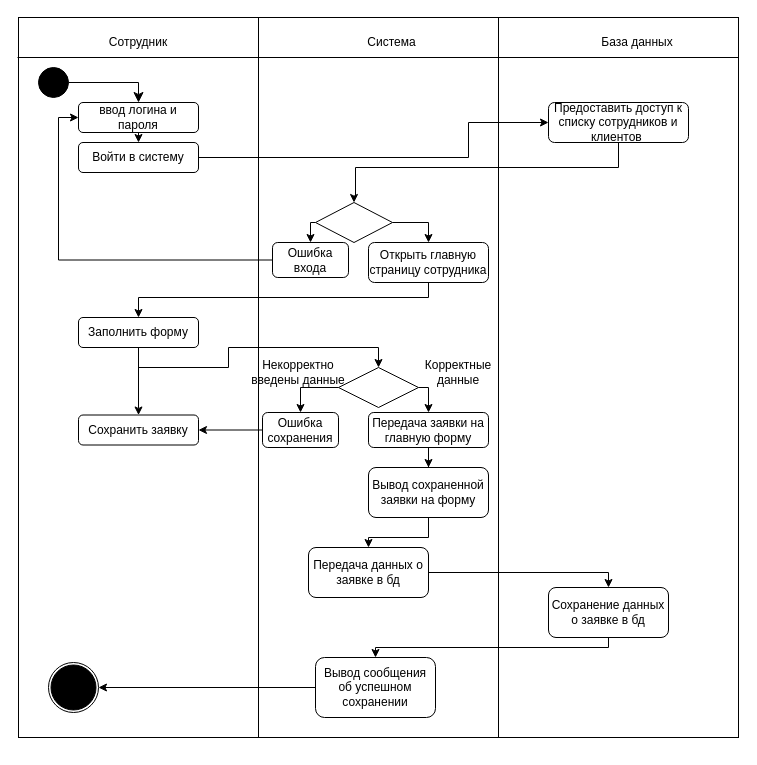
Above: page "Страница — 2" (2 of 3) of Задание 2.drawio in ghgghgghgghgghg/tetris (draw.io), before the change. Source tidied: cells renumbered, new cells numbered last; positions are measured from the earlier drawing's top-left corner, leaving out a move shared by most shapes. Both pictures are drawn from the tidied source at 100%, with x=0, y=0 at pixel (17, 17).
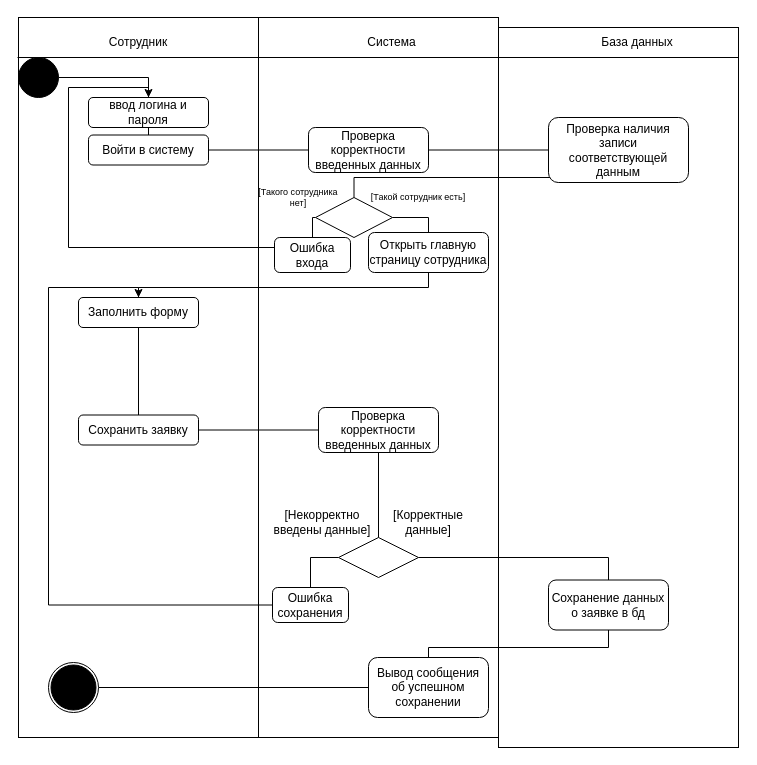
The same page after the edit.

The change refers to these unchanged cells:
```xml
<mxCell id="31" style="ellipse;shape=doubleEllipse;whiteSpace=wrap;html=1;" parent="1" vertex="1">
  <mxGeometry x="31" y="645" width="50" height="50" as="geometry" />
</mxCell>
<mxCell id="46" value="Сохранить заявку" style="rounded=1;whiteSpace=wrap;html=1;" parent="1" vertex="1">
  <mxGeometry x="61" y="397.5" width="120" height="30" as="geometry" />
</mxCell>
```

What changed in the source:
```diff
@@
     <mxCell id="4" style="rounded=0;whiteSpace=wrap;html=1;" parent="1" vertex="1">
-      <mxGeometry x="481" width="240" height="720" as="geometry" />
+      <mxGeometry x="481" y="10" width="240" height="720" as="geometry" />
     </mxCell>
@@
     <mxCell id="8" style="verticalLabelPosition=bottom;verticalAlign=top;html=1;shape=mxgraph.flowchart.on-page_reference;color = black;fillColor=#000000;" parent="1" vertex="1">
-      <mxGeometry x="21" y="50" width="30" height="30" as="geometry" />
+      <mxGeometry x="1" y="40" width="40" height="40" as="geometry" />
     </mxCell>
@@
-    <mxCell id="10" style="edgeStyle=orthogonalEdgeStyle;rounded=0;jettySize=auto;html=1;entryX=0;entryY=0.5;entryDx=0;entryDy=0;exitX=1;exitY=0.5;exitDx=0;exitDy=0;" parent="1" edge="1" source="11" target="35">
-      <mxGeometry relative="1" as="geometry">
-        <Array as="points">
-          <mxPoint x="451" y="140" />
-          <mxPoint x="451" y="105" />
-        </Array>
-      </mxGeometry>
-    </mxCell>
+    <mxCell id="47" style="edgeStyle=orthogonalEdgeStyle;rounded=0;jettySize=auto;html=1;exitX=1;exitY=0.5;exitDx=0;exitDy=0;entryX=0;entryY=0.5;entryDx=0;entryDy=0;endArrow=none;endFill=0;" parent="1" edge="1" source="11" target="50">
+      <mxGeometry relative="1" as="geometry" />
+    </mxCell>
     <mxCell id="11" value="Войти в систему" style="rounded=1;whiteSpace=wrap;html=1;" parent="1" vertex="1">
-      <mxGeometry x="61" y="125" width="120" height="30" as="geometry" />
+      <mxGeometry x="71" y="117.5" width="120" height="30" as="geometry" />
     </mxCell>
-    <mxCell id="12" style="edgeStyle=orthogonalEdgeStyle;rounded=0;jettySize=auto;html=1;entryX=0.5;entryY=0;entryDx=0;entryDy=0;" parent="1" edge="1" source="13" target="28">
-      <mxGeometry relative="1" as="geometry">
-        <Array as="points">
-          <mxPoint x="591" y="555" />
-        </Array>
-      </mxGeometry>
-    </mxCell>
-    <mxCell id="13" value="Передача данных о заявке в бд" style="rounded=1;whiteSpace=wrap;html=1;" parent="1" vertex="1">
-      <mxGeometry x="291" y="530" width="120" height="50" as="geometry" />
-    </mxCell>
-    <mxCell id="14" style="edgeStyle=orthogonalEdgeStyle;rounded=0;jettySize=auto;html=1;" parent="1" edge="1" source="15" target="20">
-      <mxGeometry relative="1" as="geometry" />
-    </mxCell>
-    <mxCell id="15" value="Передача заявки на главную форму" style="rounded=1;whiteSpace=wrap;html=1;" parent="1" vertex="1">
-      <mxGeometry x="351" y="395" width="120" height="35" as="geometry" />
-    </mxCell>
-    <mxCell id="16" style="edgeStyle=orthogonalEdgeStyle;rounded=0;jettySize=auto;html=1;exitX=0.5;exitY=1;exitDx=0;exitDy=0;" parent="1" edge="1" source="18" target="46">
+    <mxCell id="16" style="edgeStyle=orthogonalEdgeStyle;rounded=0;jettySize=auto;html=1;exitX=0.5;exitY=1;exitDx=0;exitDy=0;endArrow=none;endFill=0;" parent="1" edge="1" source="18" target="46">
       <mxGeometry relative="1" as="geometry" />
     </mxCell>
-    <mxCell id="17" style="edgeStyle=orthogonalEdgeStyle;rounded=0;jettySize=auto;html=1;exitX=0.5;exitY=1;exitDx=0;exitDy=0;entryX=0.5;entryY=0;entryDx=0;entryDy=0;" parent="1" edge="1" source="18" target="23">
-      <mxGeometry relative="1" as="geometry">
-        <Array as="points">
-          <mxPoint x="121" y="350" />
-          <mxPoint x="211" y="350" />
-          <mxPoint x="211" y="330" />
-          <mxPoint x="361" y="330" />
-        </Array>
-      </mxGeometry>
-    </mxCell>
     <mxCell id="18" value="Заполнить форму" style="rounded=1;whiteSpace=wrap;html=1;" parent="1" vertex="1">
-      <mxGeometry x="61" y="300" width="120" height="30" as="geometry" />
+      <mxGeometry x="61" y="280" width="120" height="30" as="geometry" />
     </mxCell>
-    <mxCell id="19" style="edgeStyle=orthogonalEdgeStyle;rounded=0;jettySize=auto;html=1;entryX=0.5;entryY=0;entryDx=0;entryDy=0;" parent="1" edge="1" source="20" target="13">
-      <mxGeometry relative="1" as="geometry" />
-    </mxCell>
-    <mxCell id="20" value="Вывод сохраненной заявки на форму" style="rounded=1;whiteSpace=wrap;html=1;" parent="1" vertex="1">
-      <mxGeometry x="351" y="450" width="120" height="50" as="geometry" />
-    </mxCell>
-    <mxCell id="21" style="edgeStyle=orthogonalEdgeStyle;rounded=0;jettySize=auto;html=1;entryX=0.5;entryY=0;entryDx=0;entryDy=0;exitX=0;exitY=0.5;exitDx=0;exitDy=0;" parent="1" edge="1" source="23" target="24">
+    <mxCell id="21" style="edgeStyle=orthogonalEdgeStyle;rounded=0;jettySize=auto;html=1;entryX=0.5;entryY=0;entryDx=0;entryDy=0;exitX=0;exitY=0.5;exitDx=0;exitDy=0;endArrow=none;endFill=0;" parent="1" edge="1" source="23" target="24">
       <mxGeometry relative="1" as="geometry" />
     </mxCell>
-    <mxCell id="22" style="edgeStyle=orthogonalEdgeStyle;rounded=0;jettySize=auto;html=1;entryX=0.5;entryY=0;entryDx=0;entryDy=0;exitX=1;exitY=0.5;exitDx=0;exitDy=0;" parent="1" edge="1" source="23" target="15">
+    <mxCell id="22" style="edgeStyle=orthogonalEdgeStyle;rounded=0;jettySize=auto;html=1;entryX=0.5;entryY=0;entryDx=0;entryDy=0;exitX=1;exitY=0.5;exitDx=0;exitDy=0;endArrow=none;endFill=0;" parent="1" edge="1" source="23" target="28">
       <mxGeometry relative="1" as="geometry" />
     </mxCell>
     <mxCell id="23" style="rhombus;whiteSpace=wrap;html=1;" parent="1" vertex="1">
-      <mxGeometry x="321" y="350" width="80" height="40" as="geometry" />
+      <mxGeometry x="321" y="520" width="80" height="40" as="geometry" />
     </mxCell>
     <mxCell id="24" value="Ошибка сохранения" style="rounded=1;whiteSpace=wrap;html=1;" parent="1" vertex="1">
-      <mxGeometry x="245" y="395" width="76" height="35" as="geometry" />
+      <mxGeometry x="255" y="570" width="76" height="35" as="geometry" />
     </mxCell>
-    <mxCell id="25" value="Некорректно введены данные" style="text;html=1;align=center;verticalAlign=middle;whiteSpace=wrap;rounded=0;" parent="1" vertex="1">
-      <mxGeometry x="231" y="340" width="100" height="30" as="geometry" />
+    <mxCell id="25" value="[Некорректно введены данные]" style="text;html=1;align=center;verticalAlign=middle;whiteSpace=wrap;rounded=0;" parent="1" vertex="1">
+      <mxGeometry x="255" y="490" width="100" height="30" as="geometry" />
     </mxCell>
-    <mxCell id="26" value="Корректные данные" style="text;html=1;align=center;verticalAlign=middle;whiteSpace=wrap;rounded=0;" parent="1" vertex="1">
-      <mxGeometry x="391" y="340" width="100" height="30" as="geometry" />
+    <mxCell id="26" value="[Корректные данные]" style="text;html=1;align=center;verticalAlign=middle;whiteSpace=wrap;rounded=0;" parent="1" vertex="1">
+      <mxGeometry x="361" y="490" width="100" height="30" as="geometry" />
     </mxCell>
-    <mxCell id="27" style="edgeStyle=orthogonalEdgeStyle;rounded=0;jettySize=auto;html=1;entryX=0.5;entryY=0;entryDx=0;entryDy=0;exitX=0.5;exitY=1;exitDx=0;exitDy=0;" parent="1" edge="1" source="28" target="30">
+    <mxCell id="27" style="edgeStyle=orthogonalEdgeStyle;rounded=0;jettySize=auto;html=1;entryX=0.5;entryY=0;entryDx=0;entryDy=0;exitX=0.5;exitY=1;exitDx=0;exitDy=0;endArrow=none;endFill=0;" parent="1" edge="1" source="28" target="30">
       <mxGeometry relative="1" as="geometry">
         <Array as="points">
           <mxPoint x="591" y="630" />
-          <mxPoint x="358" y="630" />
+          <mxPoint x="411" y="630" />
         </Array>
       </mxGeometry>
     </mxCell>
     <mxCell id="28" value="Сохранение данных о заявке в бд" style="rounded=1;whiteSpace=wrap;html=1;" parent="1" vertex="1">
-      <mxGeometry x="531" y="570" width="120" height="50" as="geometry" />
+      <mxGeometry x="531" y="562.5" width="120" height="50" as="geometry" />
     </mxCell>
-    <mxCell id="29" style="edgeStyle=orthogonalEdgeStyle;rounded=0;jettySize=auto;html=1;entryX=1;entryY=0.5;entryDx=0;entryDy=0;" parent="1" edge="1" source="30" target="31">
+    <mxCell id="29" style="rounded=0;jettySize=auto;html=1;entryX=1;entryY=0.5;entryDx=0;entryDy=0;strokeColor=default;startArrow=none;startFill=0;endArrow=none;endFill=0;" parent="1" edge="1" source="30" target="31">
       <mxGeometry relative="1" as="geometry" />
     </mxCell>
     <mxCell id="30" value="Вывод сообщения об успешном сохранении" style="rounded=1;whiteSpace=wrap;html=1;" parent="1" vertex="1">
-      <mxGeometry x="298" y="640" width="120" height="60" as="geometry" />
+      <mxGeometry x="351" y="640" width="120" height="60" as="geometry" />
     </mxCell>
@@
-    <mxCell id="33" style="edgeStyle=segmentEdgeStyle;endArrow=classic;html=1;curved=0;rounded=0;endSize=8;startSize=8;exitX=1;exitY=0.5;exitDx=0;exitDy=0;exitPerimeter=0;entryX=0.5;entryY=0;entryDx=0;entryDy=0;" parent="1" edge="1" source="8" target="42">
+    <mxCell id="33" style="edgeStyle=segmentEdgeStyle;endArrow=none;html=1;curved=0;rounded=0;endSize=8;startSize=8;exitX=1;exitY=0.5;exitDx=0;exitDy=0;exitPerimeter=0;entryX=0.5;entryY=0;entryDx=0;entryDy=0;endFill=0;" parent="1" edge="1" source="8" target="42">
       <mxGeometry relative="1" as="geometry" />
     </mxCell>
-    <mxCell id="34" style="edgeStyle=orthogonalEdgeStyle;rounded=0;jettySize=auto;html=1;exitX=0.5;exitY=1;exitDx=0;exitDy=0;entryX=0.5;entryY=0;entryDx=0;entryDy=0;" parent="1" edge="1" source="35" target="38">
+    <mxCell id="34" style="edgeStyle=orthogonalEdgeStyle;rounded=0;jettySize=auto;html=1;exitX=0.5;exitY=1;exitDx=0;exitDy=0;entryX=0.5;entryY=0;entryDx=0;entryDy=0;endArrow=none;endFill=0;" parent="1" edge="1" source="35" target="38">
       <mxGeometry relative="1" as="geometry">
         <Array as="points">
-          <mxPoint x="601" y="150" />
-          <mxPoint x="338" y="150" />
-          <mxPoint x="338" y="180" />
+          <mxPoint x="601" y="160" />
+          <mxPoint x="337" y="160" />
         </Array>
       </mxGeometry>
     </mxCell>
-    <mxCell id="35" value="Предоставить доступ к списку сотрудников и клиентов&amp;nbsp;" style="rounded=1;whiteSpace=wrap;html=1;" parent="1" vertex="1">
-      <mxGeometry x="531" y="85" width="140" height="40" as="geometry" />
+    <mxCell id="35" value="Проверка наличия записи соответствующей данным" style="rounded=1;whiteSpace=wrap;html=1;" parent="1" vertex="1">
+      <mxGeometry x="531" y="100" width="140" height="65" as="geometry" />
     </mxCell>
-    <mxCell id="36" style="edgeStyle=orthogonalEdgeStyle;rounded=0;jettySize=auto;html=1;exitX=1;exitY=0.5;exitDx=0;exitDy=0;" parent="1" edge="1" source="38" target="40">
-      <mxGeometry relative="1" as="geometry" />
+    <mxCell id="36" style="edgeStyle=orthogonalEdgeStyle;rounded=0;jettySize=auto;html=1;exitX=1;exitY=0.5;exitDx=0;exitDy=0;endArrow=none;endFill=0;" parent="1" edge="1" source="38" target="40">
+      <mxGeometry relative="1" as="geometry">
+        <Array as="points">
+          <mxPoint x="411" y="200" />
+        </Array>
+      </mxGeometry>
     </mxCell>
-    <mxCell id="37" style="edgeStyle=orthogonalEdgeStyle;rounded=0;jettySize=auto;html=1;exitX=0;exitY=0.5;exitDx=0;exitDy=0;entryX=0.5;entryY=0;entryDx=0;entryDy=0;" parent="1" edge="1" source="38" target="44">
+    <mxCell id="37" style="edgeStyle=orthogonalEdgeStyle;rounded=0;jettySize=auto;html=1;exitX=0;exitY=0.5;exitDx=0;exitDy=0;entryX=0.5;entryY=0;entryDx=0;entryDy=0;endArrow=none;endFill=0;" parent="1" edge="1" source="38" target="44">
       <mxGeometry relative="1" as="geometry" />
     </mxCell>
     <mxCell id="38" style="rhombus;whiteSpace=wrap;html=1;" parent="1" vertex="1">
-      <mxGeometry x="298" y="185" width="77" height="40" as="geometry" />
+      <mxGeometry x="298" y="180" width="77" height="40" as="geometry" />
     </mxCell>
-    <mxCell id="39" style="edgeStyle=orthogonalEdgeStyle;rounded=0;jettySize=auto;html=1;exitX=0.5;exitY=1;exitDx=0;exitDy=0;entryX=0.5;entryY=0;entryDx=0;entryDy=0;" parent="1" edge="1" source="40" target="18">
+    <mxCell id="39" style="edgeStyle=orthogonalEdgeStyle;rounded=0;jettySize=auto;html=1;exitX=0.5;exitY=1;exitDx=0;exitDy=0;entryX=0.5;entryY=0;entryDx=0;entryDy=0;endArrow=none;endFill=0;" parent="1" edge="1" source="40" target="18">
       <mxGeometry relative="1" as="geometry">
         <Array as="points">
-          <mxPoint x="411" y="280" />
-          <mxPoint x="121" y="280" />
+          <mxPoint x="411" y="270" />
+          <mxPoint x="121" y="270" />
         </Array>
       </mxGeometry>
     </mxCell>
     <mxCell id="40" value="Открыть главную страницу сотрудника" style="rounded=1;whiteSpace=wrap;html=1;" parent="1" vertex="1">
-      <mxGeometry x="351" y="225" width="120" height="40" as="geometry" />
+      <mxGeometry x="351" y="215" width="120" height="40" as="geometry" />
     </mxCell>
-    <mxCell id="41" style="edgeStyle=orthogonalEdgeStyle;rounded=0;jettySize=auto;html=1;exitX=0.5;exitY=1;exitDx=0;exitDy=0;entryX=0.5;entryY=0;entryDx=0;entryDy=0;" parent="1" edge="1" source="42" target="11">
+    <mxCell id="41" style="edgeStyle=orthogonalEdgeStyle;rounded=0;jettySize=auto;html=1;exitX=0.5;exitY=1;exitDx=0;exitDy=0;entryX=0.5;entryY=0;entryDx=0;entryDy=0;endArrow=none;endFill=0;" parent="1" edge="1" source="42" target="11">
       <mxGeometry relative="1" as="geometry" />
     </mxCell>
     <mxCell id="42" value="ввод логина и пароля" style="rounded=1;whiteSpace=wrap;html=1;" parent="1" vertex="1">
-      <mxGeometry x="61" y="85" width="120" height="30" as="geometry" />
+      <mxGeometry x="71" y="80" width="120" height="30" as="geometry" />
     </mxCell>
-    <mxCell id="43" style="edgeStyle=orthogonalEdgeStyle;rounded=0;jettySize=auto;html=1;exitX=0;exitY=0.5;exitDx=0;exitDy=0;entryX=0;entryY=0.5;entryDx=0;entryDy=0;" parent="1" edge="1" source="44" target="42">
-      <mxGeometry relative="1" as="geometry" />
+    <mxCell id="43" style="edgeStyle=orthogonalEdgeStyle;rounded=0;jettySize=auto;html=1;exitX=0;exitY=0.5;exitDx=0;exitDy=0;entryX=0.5;entryY=0;entryDx=0;entryDy=0;endArrow=classic;endFill=1;" parent="1" edge="1" source="44" target="42">
+      <mxGeometry relative="1" as="geometry">
+        <Array as="points">
+          <mxPoint x="51" y="230" />
+          <mxPoint x="51" y="70" />
+        </Array>
+      </mxGeometry>
     </mxCell>
     <mxCell id="44" value="Ошибка входа" style="rounded=1;whiteSpace=wrap;html=1;" parent="1" vertex="1">
-      <mxGeometry x="255" y="225" width="76" height="35" as="geometry" />
+      <mxGeometry x="257" y="220" width="76" height="35" as="geometry" />
     </mxCell>
-    <mxCell id="45" style="edgeStyle=orthogonalEdgeStyle;rounded=0;jettySize=auto;html=1;exitX=0;exitY=0.5;exitDx=0;exitDy=0;" parent="1" edge="1" source="24" target="46">
-      <mxGeometry relative="1" as="geometry" />
+    <mxCell id="45" style="edgeStyle=orthogonalEdgeStyle;rounded=0;jettySize=auto;html=1;exitX=0;exitY=0.5;exitDx=0;exitDy=0;endArrow=classic;endFill=1;entryX=0.5;entryY=0;entryDx=0;entryDy=0;" parent="1" edge="1" source="24" target="18">
+      <mxGeometry relative="1" as="geometry">
+        <Array as="points">
+          <mxPoint x="31" y="588" />
+          <mxPoint x="31" y="270" />
+          <mxPoint x="121" y="270" />
+        </Array>
+      </mxGeometry>
     </mxCell>
+    <mxCell id="48" style="edgeStyle=orthogonalEdgeStyle;rounded=0;jettySize=auto;html=1;exitX=1;exitY=0.5;exitDx=0;exitDy=0;entryX=0;entryY=0.5;entryDx=0;entryDy=0;endArrow=none;endFill=0;" parent="1" edge="1" source="46" target="54">
+      <mxGeometry relative="1" as="geometry" />
+    </mxCell>
@@
+    <mxCell id="49" style="edgeStyle=orthogonalEdgeStyle;rounded=0;jettySize=auto;html=1;exitX=1;exitY=0.5;exitDx=0;exitDy=0;entryX=0;entryY=0.5;entryDx=0;entryDy=0;endArrow=none;endFill=0;" parent="1" edge="1" source="50" target="35">
+      <mxGeometry relative="1" as="geometry" />
+    </mxCell>
+    <mxCell id="50" value="Проверка корректности введенных данных" style="rounded=1;whiteSpace=wrap;html=1;" parent="1" vertex="1">
+      <mxGeometry x="291" y="110" width="120" height="45" as="geometry" />
+    </mxCell>
+    <mxCell id="51" value="[Такого сотрудника нет]" style="text;html=1;align=center;verticalAlign=middle;whiteSpace=wrap;rounded=0;fontSize=9;" parent="1" vertex="1">
+      <mxGeometry x="231" y="165" width="100" height="30" as="geometry" />
+    </mxCell>
+    <mxCell id="52" value="[Такой сотрудник есть]" style="text;html=1;align=center;verticalAlign=middle;whiteSpace=wrap;rounded=0;fontSize=9;" parent="1" vertex="1">
+      <mxGeometry x="351" y="165" width="100" height="30" as="geometry" />
+    </mxCell>
+    <mxCell id="53" style="edgeStyle=orthogonalEdgeStyle;rounded=0;jettySize=auto;html=1;exitX=0.5;exitY=1;exitDx=0;exitDy=0;entryX=0.5;entryY=0;entryDx=0;entryDy=0;endArrow=none;endFill=0;" parent="1" edge="1" source="54" target="23">
+      <mxGeometry relative="1" as="geometry" />
+    </mxCell>
+    <mxCell id="54" value="Проверка корректности введенных данных" style="rounded=1;whiteSpace=wrap;html=1;" parent="1" vertex="1">
+      <mxGeometry x="301" y="390" width="120" height="45" as="geometry" />
+    </mxCell>
```
